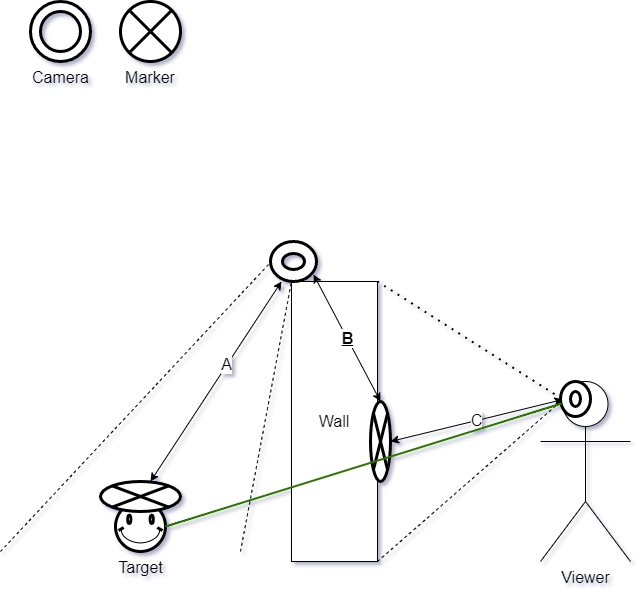
Earlier version of the draw.io export SceneGraph.png (AlEscher/ARWallhack). Source tidied: cells renumbered, new cells last; positions are measured from the earlier drawing's top-left corner, leaving out a move shared by most shapes. Source of this version:
```xml
<mxGraphModel shadow="1">
  <root>
    <mxCell id="0" />
    <mxCell id="1" parent="0" />
    <mxCell id="2" value="&lt;font style=&quot;font-size: 16px;&quot;&gt;Wall&lt;/font&gt;" style="rounded=0;whiteSpace=wrap;html=1;" parent="1" vertex="1">
      <mxGeometry x="291" y="280" width="86" height="280" as="geometry" />
    </mxCell>
    <mxCell id="3" value="Viewer" style="shape=umlActor;verticalLabelPosition=bottom;verticalAlign=top;html=1;outlineConnect=0;fontSize=16;" parent="1" vertex="1">
      <mxGeometry x="540" y="380" width="90" height="180" as="geometry" />
    </mxCell>
    <mxCell id="4" style="verticalLabelPosition=bottom;verticalAlign=top;html=1;shape=mxgraph.basic.donut;dx=12;fontSize=16;strokeWidth=3;fillOpacity=100;" parent="1" vertex="1">
      <mxGeometry x="270" y="240" width="46" height="40" as="geometry" />
    </mxCell>
    <mxCell id="5" style="group;" parent="1" vertex="1">
      <mxGeometry x="100" y="480" width="80" height="70" as="geometry" />
    </mxCell>
    <mxCell id="6" value="Target" style="verticalLabelPosition=bottom;verticalAlign=top;html=1;shape=mxgraph.basic.smiley;fontSize=16;strokeWidth=3;" parent="5" vertex="1">
      <mxGeometry x="15" y="20" width="50" height="50" as="geometry" />
    </mxCell>
    <mxCell id="7" style="shape=sumEllipse;perimeter=ellipsePerimeter;whiteSpace=wrap;html=1;backgroundOutline=1;fontSize=16;strokeWidth=3;" parent="5" vertex="1">
      <mxGeometry width="80" height="30" as="geometry" />
    </mxCell>
    <mxCell id="8" style="endArrow=none;dashed=1;html=1;fontSize=16;curved=1;entryX=-0.043;entryY=0.575;entryDx=0;entryDy=0;entryPerimeter=0;" parent="1" edge="1" target="4">
      <mxGeometry relative="1" as="geometry">
        <mxPoint y="550" as="sourcePoint" />
      </mxGeometry>
    </mxCell>
    <mxCell id="9" style="endArrow=none;dashed=1;html=1;fontSize=16;curved=1;entryX=0;entryY=0;entryDx=0;entryDy=0;" parent="1" edge="1" target="2">
      <mxGeometry relative="1" as="geometry">
        <mxPoint x="240" y="550" as="sourcePoint" />
      </mxGeometry>
    </mxCell>
    <mxCell id="10" style="shape=sumEllipse;perimeter=ellipsePerimeter;whiteSpace=wrap;html=1;backgroundOutline=1;fontSize=16;strokeWidth=3;" parent="1" vertex="1">
      <mxGeometry x="370" y="400" width="20" height="80" as="geometry" />
    </mxCell>
    <mxCell id="11" style="endArrow=none;dashed=1;html=1;dashPattern=1 3;strokeWidth=2;fontSize=16;curved=1;entryX=0.25;entryY=0.1;entryDx=0;entryDy=0;entryPerimeter=0;exitX=1;exitY=0;exitDx=0;exitDy=0;" parent="1" edge="1" source="2" target="3">
      <mxGeometry relative="1" as="geometry" />
    </mxCell>
    <mxCell id="12" style="endArrow=none;dashed=1;html=1;fontSize=16;curved=1;entryX=0.25;entryY=0.1;entryDx=0;entryDy=0;entryPerimeter=0;exitX=1;exitY=1;exitDx=0;exitDy=0;" parent="1" edge="1" source="2" target="3">
      <mxGeometry relative="1" as="geometry" />
    </mxCell>
    <mxCell id="13" style="endArrow=classic;startArrow=classic;html=1;fontSize=16;curved=1;entryX=0.239;entryY=1;entryDx=0;entryDy=0;entryPerimeter=0;" parent="1" edge="1" target="4">
      <mxGeometry relative="1" as="geometry">
        <mxPoint x="150" y="480" as="sourcePoint" />
      </mxGeometry>
    </mxCell>
    <mxCell id="14" value="A" style="edgeLabel;html=1;align=center;verticalAlign=middle;fontSize=16;" parent="13" vertex="1">
      <mxGeometry x="0.17" y="1" relative="1" as="geometry" />
    </mxCell>
    <mxCell id="15" value="B" style="endArrow=classic;startArrow=classic;html=1;fontSize=16;curved=1;exitX=0.935;exitY=0.825;exitDx=0;exitDy=0;exitPerimeter=0;entryX=0.5;entryY=0;entryDx=0;entryDy=0;fontStyle=5;" parent="1" edge="1" source="4" target="10">
      <mxGeometry relative="1" as="geometry" />
    </mxCell>
    <mxCell id="16" value="C" style="endArrow=classic;startArrow=classic;html=1;fontSize=16;curved=1;entryX=0.25;entryY=0.1;entryDx=0;entryDy=0;entryPerimeter=0;exitX=1;exitY=0.5;exitDx=0;exitDy=0;" parent="1" edge="1" source="10" target="3">
      <mxGeometry relative="1" as="geometry" />
    </mxCell>
    <mxCell id="17" style="verticalLabelPosition=bottom;verticalAlign=top;html=1;shape=mxgraph.basic.donut;dx=10;fontSize=16;strokeWidth=3;" parent="1" vertex="1">
      <mxGeometry x="560" y="380" width="30" height="35" as="geometry" />
    </mxCell>
    <mxCell id="18" value="Camera" style="verticalLabelPosition=bottom;verticalAlign=top;html=1;shape=mxgraph.basic.donut;dx=10;fontSize=16;strokeWidth=3;" parent="1" vertex="1">
      <mxGeometry x="30" width="60" height="60" as="geometry" />
    </mxCell>
    <mxCell id="19" value="Marker" style="shape=sumEllipse;perimeter=ellipsePerimeter;whiteSpace=wrap;html=1;backgroundOutline=1;fontSize=16;strokeWidth=3;labelPosition=center;verticalLabelPosition=bottom;align=center;verticalAlign=top;" parent="1" vertex="1">
      <mxGeometry x="120" width="60" height="60" as="geometry" />
    </mxCell>
    <mxCell id="20" style="endArrow=none;html=1;strokeWidth=2;fontSize=16;curved=1;entryX=0.033;entryY=0.629;entryDx=0;entryDy=0;entryPerimeter=0;exitX=1;exitY=0.5;exitDx=0;exitDy=0;fillColor=#60a917;strokeColor=#2D7600;exitPerimeter=0;" parent="1" edge="1" source="6" target="17">
      <mxGeometry relative="1" as="geometry" />
    </mxCell>
  </root>
</mxGraphModel>
```
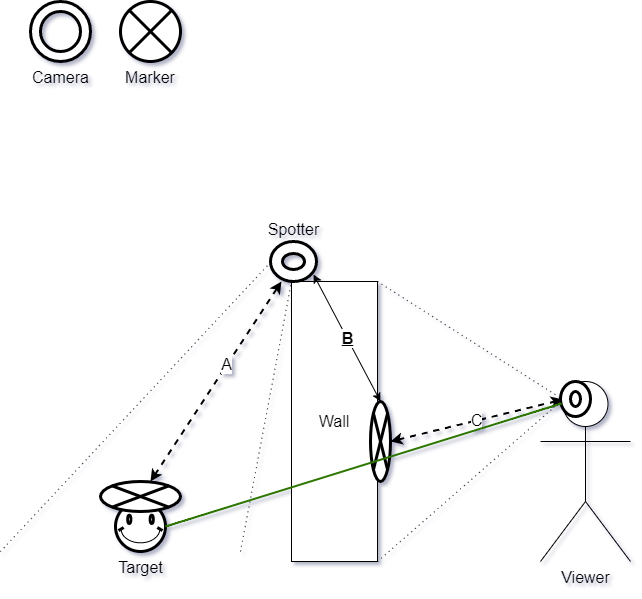
The same diagram one commit later.

Diff of the diagram source:
```diff
@@ -8,7 +8,7 @@
     <mxCell id="3" value="Viewer" style="shape=umlActor;verticalLabelPosition=bottom;verticalAlign=top;html=1;outlineConnect=0;fontSize=16;" parent="1" vertex="1">
       <mxGeometry x="540" y="380" width="90" height="180" as="geometry" />
     </mxCell>
-    <mxCell id="4" style="verticalLabelPosition=bottom;verticalAlign=top;html=1;shape=mxgraph.basic.donut;dx=12;fontSize=16;strokeWidth=3;fillOpacity=100;" parent="1" vertex="1">
+    <mxCell id="4" value="Spotter" style="verticalLabelPosition=top;verticalAlign=bottom;html=1;shape=mxgraph.basic.donut;dx=12;fontSize=16;strokeWidth=3;fillOpacity=100;labelPosition=center;align=center;" parent="1" vertex="1">
       <mxGeometry x="270" y="240" width="46" height="40" as="geometry" />
     </mxCell>
     <mxCell id="5" style="group;" parent="1" vertex="1">
@@ -20,12 +20,12 @@
     <mxCell id="7" style="shape=sumEllipse;perimeter=ellipsePerimeter;whiteSpace=wrap;html=1;backgroundOutline=1;fontSize=16;strokeWidth=3;" parent="5" vertex="1">
       <mxGeometry width="80" height="30" as="geometry" />
     </mxCell>
-    <mxCell id="8" style="endArrow=none;dashed=1;html=1;fontSize=16;curved=1;entryX=-0.043;entryY=0.575;entryDx=0;entryDy=0;entryPerimeter=0;" parent="1" edge="1" target="4">
+    <mxCell id="8" style="endArrow=none;dashed=1;html=1;fontSize=16;curved=1;entryX=-0.043;entryY=0.575;entryDx=0;entryDy=0;entryPerimeter=0;dashPattern=1 4;" parent="1" edge="1" target="4">
       <mxGeometry relative="1" as="geometry">
         <mxPoint y="550" as="sourcePoint" />
       </mxGeometry>
     </mxCell>
-    <mxCell id="9" style="endArrow=none;dashed=1;html=1;fontSize=16;curved=1;entryX=0;entryY=0;entryDx=0;entryDy=0;" parent="1" edge="1" target="2">
+    <mxCell id="9" style="endArrow=none;dashed=1;html=1;fontSize=16;curved=1;entryX=0;entryY=0;entryDx=0;entryDy=0;dashPattern=1 4;" parent="1" edge="1" target="2">
       <mxGeometry relative="1" as="geometry">
         <mxPoint x="240" y="550" as="sourcePoint" />
       </mxGeometry>
@@ -33,13 +33,13 @@
     <mxCell id="10" style="shape=sumEllipse;perimeter=ellipsePerimeter;whiteSpace=wrap;html=1;backgroundOutline=1;fontSize=16;strokeWidth=3;" parent="1" vertex="1">
       <mxGeometry x="370" y="400" width="20" height="80" as="geometry" />
     </mxCell>
-    <mxCell id="11" style="endArrow=none;dashed=1;html=1;dashPattern=1 3;strokeWidth=2;fontSize=16;curved=1;entryX=0.25;entryY=0.1;entryDx=0;entryDy=0;entryPerimeter=0;exitX=1;exitY=0;exitDx=0;exitDy=0;" parent="1" edge="1" source="2" target="3">
+    <mxCell id="11" style="endArrow=none;dashed=1;html=1;dashPattern=1 4;strokeWidth=1;fontSize=16;curved=1;entryX=0.25;entryY=0.1;entryDx=0;entryDy=0;entryPerimeter=0;exitX=1;exitY=0;exitDx=0;exitDy=0;" parent="1" edge="1" source="2" target="3">
       <mxGeometry relative="1" as="geometry" />
     </mxCell>
-    <mxCell id="12" style="endArrow=none;dashed=1;html=1;fontSize=16;curved=1;entryX=0.25;entryY=0.1;entryDx=0;entryDy=0;entryPerimeter=0;exitX=1;exitY=1;exitDx=0;exitDy=0;" parent="1" edge="1" source="2" target="3">
+    <mxCell id="12" style="endArrow=none;dashed=1;html=1;fontSize=16;curved=1;entryX=0.25;entryY=0.1;entryDx=0;entryDy=0;entryPerimeter=0;exitX=1;exitY=1;exitDx=0;exitDy=0;dashPattern=1 4;" parent="1" edge="1" source="2" target="3">
       <mxGeometry relative="1" as="geometry" />
     </mxCell>
-    <mxCell id="13" style="endArrow=classic;startArrow=classic;html=1;fontSize=16;curved=1;entryX=0.239;entryY=1;entryDx=0;entryDy=0;entryPerimeter=0;" parent="1" edge="1" target="4">
+    <mxCell id="13" style="endArrow=classic;startArrow=classic;html=1;fontSize=16;curved=1;entryX=0.239;entryY=1;entryDx=0;entryDy=0;entryPerimeter=0;dashed=1;strokeWidth=2;" parent="1" edge="1" target="4">
       <mxGeometry relative="1" as="geometry">
         <mxPoint x="150" y="480" as="sourcePoint" />
       </mxGeometry>
@@ -50,7 +50,7 @@
     <mxCell id="15" value="B" style="endArrow=classic;startArrow=classic;html=1;fontSize=16;curved=1;exitX=0.935;exitY=0.825;exitDx=0;exitDy=0;exitPerimeter=0;entryX=0.5;entryY=0;entryDx=0;entryDy=0;fontStyle=5;" parent="1" edge="1" source="4" target="10">
       <mxGeometry relative="1" as="geometry" />
     </mxCell>
-    <mxCell id="16" value="C" style="endArrow=classic;startArrow=classic;html=1;fontSize=16;curved=1;entryX=0.25;entryY=0.1;entryDx=0;entryDy=0;entryPerimeter=0;exitX=1;exitY=0.5;exitDx=0;exitDy=0;" parent="1" edge="1" source="10" target="3">
+    <mxCell id="16" value="C" style="endArrow=classic;startArrow=classic;html=1;fontSize=16;curved=1;entryX=0.25;entryY=0.1;entryDx=0;entryDy=0;entryPerimeter=0;exitX=1;exitY=0.5;exitDx=0;exitDy=0;dashed=1;strokeWidth=2;" parent="1" edge="1" source="10" target="3">
       <mxGeometry relative="1" as="geometry" />
     </mxCell>
     <mxCell id="17" style="verticalLabelPosition=bottom;verticalAlign=top;html=1;shape=mxgraph.basic.donut;dx=10;fontSize=16;strokeWidth=3;" parent="1" vertex="1">
```
